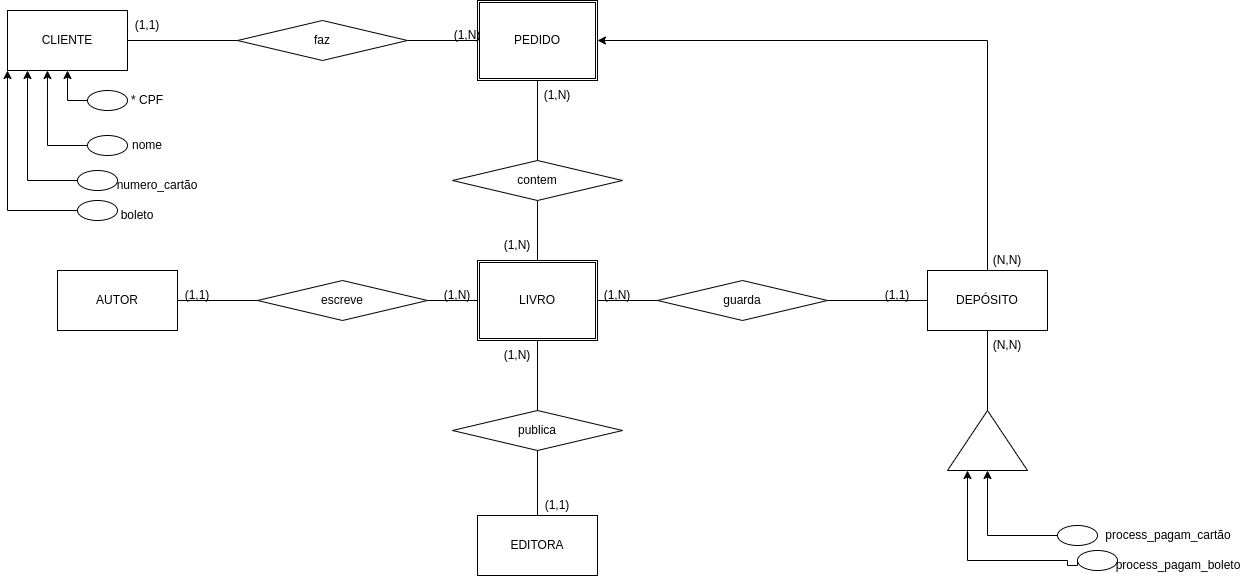
This is Banco_de_Dados/Q1TRAB.drawio.png from EdinilsonSousa/cods_aleatorios, a draw.io export, as it was before one commit. Source tidied: cells renumbered, new cells last; positions are measured from the earlier drawing's top-left corner, leaving out a move shared by most shapes. The source it was exported from:
```xml
<mxGraphModel>
  <root>
    <mxCell id="0" />
    <mxCell id="1" parent="0" />
    <mxCell id="2" value="CLIENTE" style="rounded=0;whiteSpace=wrap;html=1;" parent="1" vertex="1">
      <mxGeometry y="10" width="120" height="60" as="geometry" />
    </mxCell>
    <mxCell id="3" value="faz" style="rhombus;whiteSpace=wrap;html=1;" parent="1" vertex="1">
      <mxGeometry x="230" y="20" width="170" height="40" as="geometry" />
    </mxCell>
    <mxCell id="4" style="endArrow=none;html=1;rounded=0;exitX=1;exitY=0.5;exitDx=0;exitDy=0;entryX=0;entryY=0.5;entryDx=0;entryDy=0;" parent="1" edge="1" source="2" target="3">
      <mxGeometry relative="1" as="geometry" />
    </mxCell>
    <mxCell id="5" value="(1,1)" style="text;html=1;strokeColor=none;fillColor=none;align=center;verticalAlign=middle;whiteSpace=wrap;rounded=0;" parent="1" vertex="1">
      <mxGeometry x="110" y="10" width="60" height="30" as="geometry" />
    </mxCell>
    <mxCell id="6" value="PEDIDO" style="shape=ext;double=1;rounded=0;whiteSpace=wrap;html=1;" parent="1" vertex="1">
      <mxGeometry x="470" width="120" height="80" as="geometry" />
    </mxCell>
    <mxCell id="7" style="endArrow=none;html=1;rounded=0;exitX=0;exitY=0.5;exitDx=0;exitDy=0;entryX=1;entryY=0.5;entryDx=0;entryDy=0;" parent="1" edge="1" source="6" target="3">
      <mxGeometry relative="1" as="geometry" />
    </mxCell>
    <mxCell id="8" value="contem" style="rhombus;whiteSpace=wrap;html=1;" parent="1" vertex="1">
      <mxGeometry x="445" y="160" width="170" height="40" as="geometry" />
    </mxCell>
    <mxCell id="9" style="endArrow=none;html=1;rounded=0;exitX=0.5;exitY=1;exitDx=0;exitDy=0;entryX=0.5;entryY=0;entryDx=0;entryDy=0;" parent="1" edge="1" source="6" target="8">
      <mxGeometry relative="1" as="geometry" />
    </mxCell>
    <mxCell id="10" value="(1,N)" style="text;html=1;strokeColor=none;fillColor=none;align=center;verticalAlign=middle;whiteSpace=wrap;rounded=0;" parent="1" vertex="1">
      <mxGeometry x="430" y="20" width="60" height="30" as="geometry" />
    </mxCell>
    <mxCell id="11" value="(1,N)" style="text;html=1;strokeColor=none;fillColor=none;align=center;verticalAlign=middle;whiteSpace=wrap;rounded=0;" parent="1" vertex="1">
      <mxGeometry x="520" y="80" width="60" height="30" as="geometry" />
    </mxCell>
    <mxCell id="12" value="LIVRO" style="shape=ext;double=1;rounded=0;whiteSpace=wrap;html=1;" parent="1" vertex="1">
      <mxGeometry x="470" y="260" width="120" height="80" as="geometry" />
    </mxCell>
    <mxCell id="13" value="(1,N)" style="text;html=1;strokeColor=none;fillColor=none;align=center;verticalAlign=middle;whiteSpace=wrap;rounded=0;" parent="1" vertex="1">
      <mxGeometry x="480" y="230" width="60" height="30" as="geometry" />
    </mxCell>
    <mxCell id="14" style="endArrow=none;html=1;rounded=0;entryX=0.5;entryY=1;entryDx=0;entryDy=0;exitX=0.5;exitY=0;exitDx=0;exitDy=0;" parent="1" edge="1" source="12" target="8">
      <mxGeometry relative="1" as="geometry" />
    </mxCell>
    <mxCell id="15" value="escreve" style="rhombus;whiteSpace=wrap;html=1;" parent="1" vertex="1">
      <mxGeometry x="250" y="280" width="170" height="40" as="geometry" />
    </mxCell>
    <mxCell id="16" style="endArrow=none;html=1;rounded=0;entryX=1;entryY=0.5;entryDx=0;entryDy=0;exitX=0;exitY=0.5;exitDx=0;exitDy=0;startArrow=none;" parent="1" edge="1" source="12" target="15">
      <mxGeometry relative="1" as="geometry" />
    </mxCell>
    <mxCell id="17" value="(1,N)" style="text;html=1;strokeColor=none;fillColor=none;align=center;verticalAlign=middle;whiteSpace=wrap;rounded=0;" parent="1" vertex="1">
      <mxGeometry x="420" y="280" width="60" height="30" as="geometry" />
    </mxCell>
    <mxCell id="18" value="(1,1)" style="text;html=1;strokeColor=none;fillColor=none;align=center;verticalAlign=middle;whiteSpace=wrap;rounded=0;" parent="1" vertex="1">
      <mxGeometry x="160" y="280" width="60" height="30" as="geometry" />
    </mxCell>
    <mxCell id="19" style="endArrow=none;html=1;rounded=0;entryX=0;entryY=0.5;entryDx=0;entryDy=0;exitX=1;exitY=0.5;exitDx=0;exitDy=0;" parent="1" edge="1" source="20" target="15">
      <mxGeometry relative="1" as="geometry" />
    </mxCell>
    <mxCell id="20" value="AUTOR" style="rounded=0;whiteSpace=wrap;html=1;" parent="1" vertex="1">
      <mxGeometry x="50" y="270" width="120" height="60" as="geometry" />
    </mxCell>
    <mxCell id="21" value="guarda" style="rhombus;whiteSpace=wrap;html=1;" parent="1" vertex="1">
      <mxGeometry x="650" y="280" width="170" height="40" as="geometry" />
    </mxCell>
    <mxCell id="22" style="endArrow=none;html=1;rounded=0;entryX=1;entryY=0.5;entryDx=0;entryDy=0;exitX=0;exitY=0.5;exitDx=0;exitDy=0;" parent="1" edge="1" source="21" target="12">
      <mxGeometry relative="1" as="geometry" />
    </mxCell>
    <mxCell id="23" value="(1,N)" style="text;html=1;strokeColor=none;fillColor=none;align=center;verticalAlign=middle;whiteSpace=wrap;rounded=0;" parent="1" vertex="1">
      <mxGeometry x="580" y="280" width="60" height="30" as="geometry" />
    </mxCell>
    <mxCell id="24" value="(1,1)" style="text;html=1;strokeColor=none;fillColor=none;align=center;verticalAlign=middle;whiteSpace=wrap;rounded=0;" parent="1" vertex="1">
      <mxGeometry x="860" y="280" width="60" height="30" as="geometry" />
    </mxCell>
    <mxCell id="25" style="endArrow=none;html=1;rounded=0;entryX=1;entryY=0.5;entryDx=0;entryDy=0;exitX=0;exitY=0.5;exitDx=0;exitDy=0;" parent="1" edge="1" source="27" target="21">
      <mxGeometry relative="1" as="geometry" />
    </mxCell>
    <mxCell id="26" style="edgeStyle=orthogonalEdgeStyle;rounded=0;jettySize=auto;html=1;exitX=0.5;exitY=0;exitDx=0;exitDy=0;entryX=1;entryY=0.5;entryDx=0;entryDy=0;" parent="1" edge="1" source="27" target="6">
      <mxGeometry relative="1" as="geometry" />
    </mxCell>
    <mxCell id="27" value="DEPÓSITO" style="rounded=0;whiteSpace=wrap;html=1;" parent="1" vertex="1">
      <mxGeometry x="920" y="270" width="120" height="60" as="geometry" />
    </mxCell>
    <mxCell id="28" value="publica" style="rhombus;whiteSpace=wrap;html=1;" parent="1" vertex="1">
      <mxGeometry x="445" y="410" width="170" height="40" as="geometry" />
    </mxCell>
    <mxCell id="29" value="EDITORA" style="rounded=0;whiteSpace=wrap;html=1;" parent="1" vertex="1">
      <mxGeometry x="470" y="515" width="120" height="60" as="geometry" />
    </mxCell>
    <mxCell id="30" value="(1,1)" style="text;html=1;strokeColor=none;fillColor=none;align=center;verticalAlign=middle;whiteSpace=wrap;rounded=0;" parent="1" vertex="1">
      <mxGeometry x="520" y="490" width="60" height="30" as="geometry" />
    </mxCell>
    <mxCell id="31" style="endArrow=none;html=1;rounded=0;entryX=0.5;entryY=1;entryDx=0;entryDy=0;exitX=0.5;exitY=0;exitDx=0;exitDy=0;" parent="1" edge="1" source="28" target="12">
      <mxGeometry relative="1" as="geometry" />
    </mxCell>
    <mxCell id="32" style="endArrow=none;html=1;rounded=0;entryX=0.5;entryY=1;entryDx=0;entryDy=0;exitX=0.5;exitY=0;exitDx=0;exitDy=0;" parent="1" edge="1" source="29" target="28">
      <mxGeometry relative="1" as="geometry" />
    </mxCell>
    <mxCell id="33" value="(1,N)" style="text;html=1;strokeColor=none;fillColor=none;align=center;verticalAlign=middle;whiteSpace=wrap;rounded=0;" parent="1" vertex="1">
      <mxGeometry x="480" y="340" width="60" height="30" as="geometry" />
    </mxCell>
    <mxCell id="34" style="ellipse;whiteSpace=wrap;html=1;" parent="1" vertex="1">
      <mxGeometry x="80" y="90" width="40" height="20" as="geometry" />
    </mxCell>
    <mxCell id="35" style="ellipse;whiteSpace=wrap;html=1;" parent="1" vertex="1">
      <mxGeometry x="80" y="135" width="40" height="20" as="geometry" />
    </mxCell>
    <mxCell id="36" style="edgeStyle=orthogonalEdgeStyle;rounded=0;jettySize=auto;html=1;exitX=0;exitY=0.5;exitDx=0;exitDy=0;entryX=0.5;entryY=1;entryDx=0;entryDy=0;" parent="1" edge="1" source="34" target="2">
      <mxGeometry relative="1" as="geometry" />
    </mxCell>
    <mxCell id="37" style="edgeStyle=orthogonalEdgeStyle;rounded=0;jettySize=auto;html=1;exitX=0;exitY=0.5;exitDx=0;exitDy=0;entryX=0.333;entryY=1;entryDx=0;entryDy=0;entryPerimeter=0;" parent="1" edge="1" source="35" target="2">
      <mxGeometry relative="1" as="geometry">
        <Array as="points">
          <mxPoint x="40" y="145" />
        </Array>
      </mxGeometry>
    </mxCell>
    <mxCell id="38" value="* CPF" style="text;html=1;strokeColor=none;fillColor=none;align=center;verticalAlign=middle;whiteSpace=wrap;rounded=0;" parent="1" vertex="1">
      <mxGeometry x="110" y="85" width="60" height="30" as="geometry" />
    </mxCell>
    <mxCell id="39" value="nome" style="text;html=1;strokeColor=none;fillColor=none;align=center;verticalAlign=middle;whiteSpace=wrap;rounded=0;" parent="1" vertex="1">
      <mxGeometry x="110" y="130" width="60" height="30" as="geometry" />
    </mxCell>
    <mxCell id="40" style="ellipse;whiteSpace=wrap;html=1;" parent="1" vertex="1">
      <mxGeometry x="70" y="170" width="40" height="20" as="geometry" />
    </mxCell>
    <mxCell id="41" style="edgeStyle=orthogonalEdgeStyle;rounded=0;jettySize=auto;html=1;exitX=0;exitY=0.5;exitDx=0;exitDy=0;" parent="1" edge="1" source="40">
      <mxGeometry relative="1" as="geometry">
        <mxPoint x="20" y="70" as="targetPoint" />
        <Array as="points">
          <mxPoint x="20" y="180" />
        </Array>
      </mxGeometry>
    </mxCell>
    <mxCell id="42" value="numero_cartão" style="text;html=1;strokeColor=none;fillColor=none;align=center;verticalAlign=middle;whiteSpace=wrap;rounded=0;" parent="1" vertex="1">
      <mxGeometry x="120" y="170" width="60" height="30" as="geometry" />
    </mxCell>
    <mxCell id="43" style="ellipse;whiteSpace=wrap;html=1;" parent="1" vertex="1">
      <mxGeometry x="1050" y="525" width="40" height="20" as="geometry" />
    </mxCell>
    <mxCell id="44" style="edgeStyle=orthogonalEdgeStyle;rounded=0;jettySize=auto;html=1;exitX=0;exitY=0.5;exitDx=0;exitDy=0;entryX=0;entryY=0.5;entryDx=0;entryDy=0;" parent="1" edge="1" source="43" target="46">
      <mxGeometry relative="1" as="geometry">
        <Array as="points">
          <mxPoint x="980" y="535" />
        </Array>
      </mxGeometry>
    </mxCell>
    <mxCell id="45" value="process_pagam_cartão" style="text;html=1;strokeColor=none;fillColor=none;align=center;verticalAlign=middle;whiteSpace=wrap;rounded=0;" parent="1" vertex="1">
      <mxGeometry x="1131" y="520" width="60" height="30" as="geometry" />
    </mxCell>
    <mxCell id="46" style="triangle;whiteSpace=wrap;html=1;direction=north;" parent="1" vertex="1">
      <mxGeometry x="940" y="410" width="80" height="60" as="geometry" />
    </mxCell>
    <mxCell id="47" style="endArrow=none;html=1;rounded=0;entryX=1;entryY=0.5;entryDx=0;entryDy=0;exitX=0.5;exitY=1;exitDx=0;exitDy=0;" parent="1" edge="1" source="27" target="46">
      <mxGeometry relative="1" as="geometry" />
    </mxCell>
    <mxCell id="48" style="ellipse;whiteSpace=wrap;html=1;" parent="1" vertex="1">
      <mxGeometry x="70" y="200" width="40" height="20" as="geometry" />
    </mxCell>
    <mxCell id="49" value="boleto" style="text;html=1;strokeColor=none;fillColor=none;align=center;verticalAlign=middle;whiteSpace=wrap;rounded=0;" parent="1" vertex="1">
      <mxGeometry x="100" y="200" width="60" height="30" as="geometry" />
    </mxCell>
    <mxCell id="50" value="(N,N)" style="text;html=1;strokeColor=none;fillColor=none;align=center;verticalAlign=middle;whiteSpace=wrap;rounded=0;" parent="1" vertex="1">
      <mxGeometry x="970" y="330" width="60" height="30" as="geometry" />
    </mxCell>
    <mxCell id="51" value="(N,N)" style="text;html=1;strokeColor=none;fillColor=none;align=center;verticalAlign=middle;whiteSpace=wrap;rounded=0;" parent="1" vertex="1">
      <mxGeometry x="970" y="245" width="60" height="30" as="geometry" />
    </mxCell>
    <mxCell id="52" style="edgeStyle=orthogonalEdgeStyle;rounded=0;jettySize=auto;html=1;entryX=0;entryY=1;entryDx=0;entryDy=0;exitX=0;exitY=0.5;exitDx=0;exitDy=0;" parent="1" edge="1" source="48" target="2">
      <mxGeometry relative="1" as="geometry">
        <Array as="points">
          <mxPoint y="210" />
        </Array>
      </mxGeometry>
    </mxCell>
    <mxCell id="53" style="ellipse;whiteSpace=wrap;html=1;" parent="1" vertex="1">
      <mxGeometry x="1070" y="550" width="40" height="20" as="geometry" />
    </mxCell>
    <mxCell id="54" style="edgeStyle=orthogonalEdgeStyle;rounded=0;jettySize=auto;html=1;entryX=0;entryY=0.25;entryDx=0;entryDy=0;exitX=0;exitY=0.5;exitDx=0;exitDy=0;" parent="1" edge="1" source="53" target="46">
      <mxGeometry relative="1" as="geometry">
        <Array as="points">
          <mxPoint x="1060" y="565" />
          <mxPoint x="1060" y="560" />
          <mxPoint x="960" y="560" />
        </Array>
      </mxGeometry>
    </mxCell>
    <mxCell id="55" value="process_pagam_boleto" style="text;html=1;strokeColor=none;fillColor=none;align=center;verticalAlign=middle;whiteSpace=wrap;rounded=0;" parent="1" vertex="1">
      <mxGeometry x="1141" y="550" width="60" height="30" as="geometry" />
    </mxCell>
  </root>
</mxGraphModel>
```
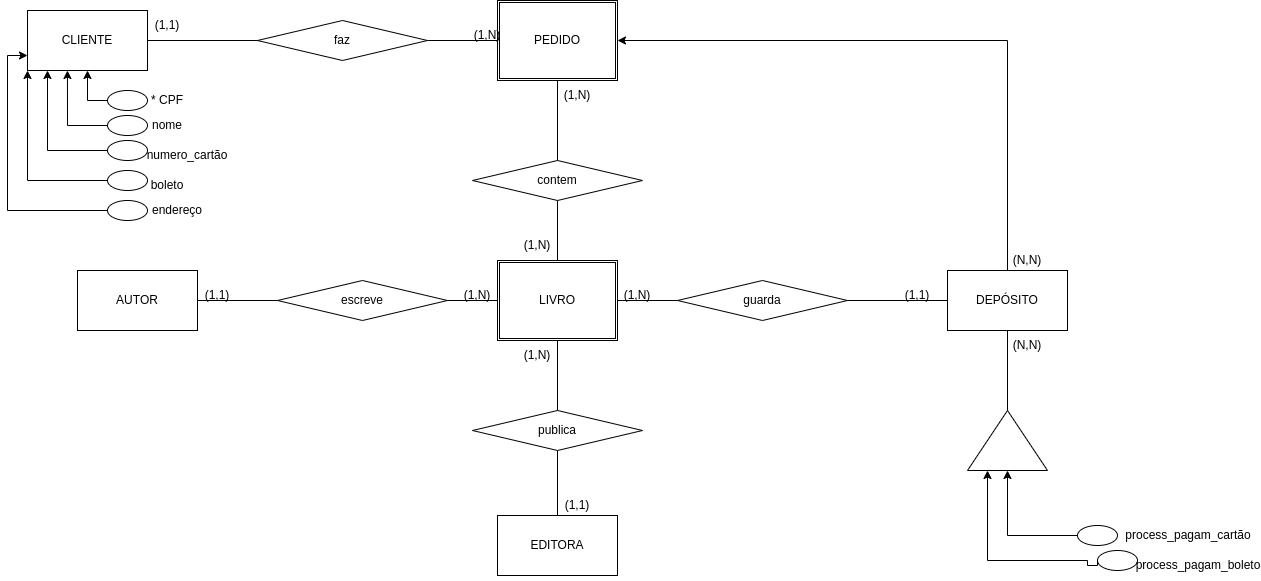
The same file after the commit.

The edit, as a diff of the source:
```diff
@@ -102,7 +102,7 @@
       <mxGeometry x="80" y="90" width="40" height="20" as="geometry" />
     </mxCell>
     <mxCell id="35" style="ellipse;whiteSpace=wrap;html=1;" parent="1" vertex="1">
-      <mxGeometry x="80" y="135" width="40" height="20" as="geometry" />
+      <mxGeometry x="80" y="115" width="40" height="20" as="geometry" />
     </mxCell>
     <mxCell id="36" style="edgeStyle=orthogonalEdgeStyle;rounded=0;jettySize=auto;html=1;exitX=0;exitY=0.5;exitDx=0;exitDy=0;entryX=0.5;entryY=1;entryDx=0;entryDy=0;" parent="1" edge="1" source="34" target="2">
       <mxGeometry relative="1" as="geometry" />
@@ -110,7 +110,7 @@
     <mxCell id="37" style="edgeStyle=orthogonalEdgeStyle;rounded=0;jettySize=auto;html=1;exitX=0;exitY=0.5;exitDx=0;exitDy=0;entryX=0.333;entryY=1;entryDx=0;entryDy=0;entryPerimeter=0;" parent="1" edge="1" source="35" target="2">
       <mxGeometry relative="1" as="geometry">
         <Array as="points">
-          <mxPoint x="40" y="145" />
+          <mxPoint x="40" y="125" />
         </Array>
       </mxGeometry>
     </mxCell>
@@ -118,21 +118,21 @@
       <mxGeometry x="110" y="85" width="60" height="30" as="geometry" />
     </mxCell>
     <mxCell id="39" value="nome" style="text;html=1;strokeColor=none;fillColor=none;align=center;verticalAlign=middle;whiteSpace=wrap;rounded=0;" parent="1" vertex="1">
-      <mxGeometry x="110" y="130" width="60" height="30" as="geometry" />
+      <mxGeometry x="110" y="110" width="60" height="30" as="geometry" />
     </mxCell>
     <mxCell id="40" style="ellipse;whiteSpace=wrap;html=1;" parent="1" vertex="1">
-      <mxGeometry x="70" y="170" width="40" height="20" as="geometry" />
+      <mxGeometry x="80" y="140" width="40" height="20" as="geometry" />
     </mxCell>
     <mxCell id="41" style="edgeStyle=orthogonalEdgeStyle;rounded=0;jettySize=auto;html=1;exitX=0;exitY=0.5;exitDx=0;exitDy=0;" parent="1" edge="1" source="40">
       <mxGeometry relative="1" as="geometry">
         <mxPoint x="20" y="70" as="targetPoint" />
         <Array as="points">
-          <mxPoint x="20" y="180" />
+          <mxPoint x="20" y="150" />
         </Array>
       </mxGeometry>
     </mxCell>
     <mxCell id="42" value="numero_cartão" style="text;html=1;strokeColor=none;fillColor=none;align=center;verticalAlign=middle;whiteSpace=wrap;rounded=0;" parent="1" vertex="1">
-      <mxGeometry x="120" y="170" width="60" height="30" as="geometry" />
+      <mxGeometry x="130" y="140" width="60" height="30" as="geometry" />
     </mxCell>
     <mxCell id="43" style="ellipse;whiteSpace=wrap;html=1;" parent="1" vertex="1">
       <mxGeometry x="1050" y="525" width="40" height="20" as="geometry" />
@@ -154,10 +154,10 @@
       <mxGeometry relative="1" as="geometry" />
     </mxCell>
     <mxCell id="48" style="ellipse;whiteSpace=wrap;html=1;" parent="1" vertex="1">
-      <mxGeometry x="70" y="200" width="40" height="20" as="geometry" />
+      <mxGeometry x="80" y="170" width="40" height="20" as="geometry" />
     </mxCell>
     <mxCell id="49" value="boleto" style="text;html=1;strokeColor=none;fillColor=none;align=center;verticalAlign=middle;whiteSpace=wrap;rounded=0;" parent="1" vertex="1">
-      <mxGeometry x="100" y="200" width="60" height="30" as="geometry" />
+      <mxGeometry x="110" y="170" width="60" height="30" as="geometry" />
     </mxCell>
     <mxCell id="50" value="(N,N)" style="text;html=1;strokeColor=none;fillColor=none;align=center;verticalAlign=middle;whiteSpace=wrap;rounded=0;" parent="1" vertex="1">
       <mxGeometry x="970" y="330" width="60" height="30" as="geometry" />
@@ -168,7 +168,7 @@
     <mxCell id="52" style="edgeStyle=orthogonalEdgeStyle;rounded=0;jettySize=auto;html=1;entryX=0;entryY=1;entryDx=0;entryDy=0;exitX=0;exitY=0.5;exitDx=0;exitDy=0;" parent="1" edge="1" source="48" target="2">
       <mxGeometry relative="1" as="geometry">
         <Array as="points">
-          <mxPoint y="210" />
+          <mxPoint y="180" />
         </Array>
       </mxGeometry>
     </mxCell>
@@ -187,5 +187,14 @@
     <mxCell id="55" value="process_pagam_boleto" style="text;html=1;strokeColor=none;fillColor=none;align=center;verticalAlign=middle;whiteSpace=wrap;rounded=0;" parent="1" vertex="1">
       <mxGeometry x="1141" y="550" width="60" height="30" as="geometry" />
     </mxCell>
+    <mxCell id="56" style="edgeStyle=orthogonalEdgeStyle;rounded=0;jettySize=auto;html=1;exitX=0;exitY=0.5;exitDx=0;exitDy=0;entryX=0;entryY=0.75;entryDx=0;entryDy=0;" parent="1" edge="1" source="57" target="2">
+      <mxGeometry relative="1" as="geometry" />
+    </mxCell>
+    <mxCell id="57" style="ellipse;whiteSpace=wrap;html=1;" parent="1" vertex="1">
+      <mxGeometry x="80" y="200" width="40" height="20" as="geometry" />
+    </mxCell>
+    <mxCell id="58" value="endereço" style="text;html=1;strokeColor=none;fillColor=none;align=center;verticalAlign=middle;whiteSpace=wrap;rounded=0;" parent="1" vertex="1">
+      <mxGeometry x="120" y="195" width="60" height="30" as="geometry" />
+    </mxCell>
   </root>
 </mxGraphModel>
```
